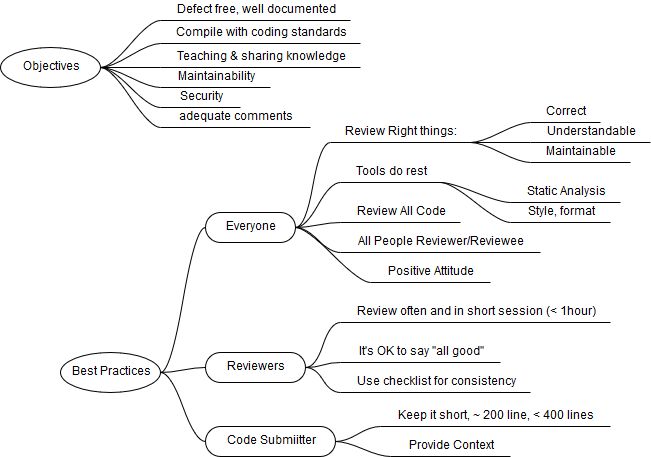
Before: coder/images/codereview.png, a diagram exported from draw.io (kevin-wang-cy/ibala). Source tidied: cells renumbered, new cells last; positions are measured from the earlier drawing's top-left corner, leaving out a move shared by most shapes.
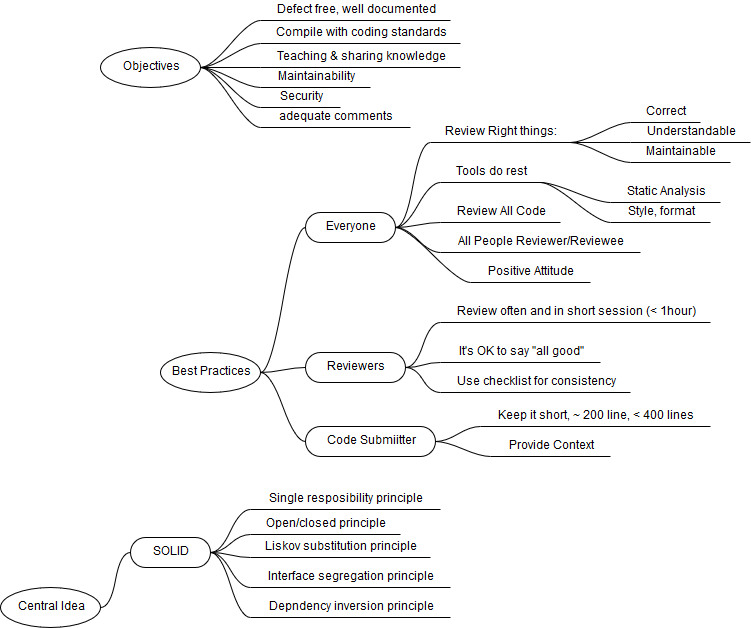
After the commit.

What changed in the source:
```diff
@@ -152,5 +152,44 @@
     <mxCell id="51" style="edgeStyle=entityRelationEdgeStyle;startArrow=none;endArrow=none;segment=10;curved=1;exitX=1;exitY=0.5;" parent="1" edge="1" source="39" target="50">
       <mxGeometry relative="1" as="geometry" />
     </mxCell>
+    <mxCell id="52" value="Central Idea" style="ellipse;whiteSpace=wrap;html=1;align=center;" parent="1" vertex="1">
+      <mxGeometry x="-100" y="587" width="100" height="40" as="geometry" />
+    </mxCell>
+    <mxCell id="53" value="SOLID" style="whiteSpace=wrap;html=1;rounded=1;arcSize=50;align=center;verticalAlign=middle;strokeWidth=1;spacing=4;" parent="1" vertex="1">
+      <mxGeometry x="30" y="537" width="80" height="30" as="geometry" />
+    </mxCell>
+    <mxCell id="54" style="edgeStyle=entityRelationEdgeStyle;startArrow=none;endArrow=none;segment=10;curved=1;exitX=1;exitY=0.5;" parent="1" edge="1" source="52" target="53">
+      <mxGeometry relative="1" as="geometry" />
+    </mxCell>
+    <mxCell id="55" value="Single resposibility principle" style="whiteSpace=wrap;html=1;shape=partialRectangle;top=0;left=0;bottom=1;right=0;points=[[0,1],[1,1]];strokeColor=#000000;fillColor=none;align=center;verticalAlign=bottom;routingCenterY=0.5;snapToPoint=1;" parent="1" vertex="1">
+      <mxGeometry x="150" y="489" width="190" height="20" as="geometry" />
+    </mxCell>
+    <mxCell id="56" style="edgeStyle=entityRelationEdgeStyle;startArrow=none;endArrow=none;segment=10;curved=1;exitX=1;exitY=0.5;" parent="1" edge="1" source="53" target="55">
+      <mxGeometry relative="1" as="geometry" />
+    </mxCell>
+    <mxCell id="57" value="Open/closed principle" style="whiteSpace=wrap;html=1;shape=partialRectangle;top=0;left=0;bottom=1;right=0;points=[[0,1],[1,1]];strokeColor=#000000;fillColor=none;align=center;verticalAlign=bottom;routingCenterY=0.5;snapToPoint=1;" parent="1" vertex="1">
+      <mxGeometry x="150" y="514" width="150" height="20" as="geometry" />
+    </mxCell>
+    <mxCell id="58" style="edgeStyle=entityRelationEdgeStyle;startArrow=none;endArrow=none;segment=10;curved=1;exitX=1;exitY=0.5;" parent="1" edge="1" source="53" target="57">
+      <mxGeometry relative="1" as="geometry" />
+    </mxCell>
+    <mxCell id="59" value="Liskov substitution principle" style="whiteSpace=wrap;html=1;shape=partialRectangle;top=0;left=0;bottom=1;right=0;points=[[0,1],[1,1]];strokeColor=#000000;fillColor=none;align=center;verticalAlign=bottom;routingCenterY=0.5;snapToPoint=1;" parent="1" vertex="1">
+      <mxGeometry x="150" y="537" width="180" height="20" as="geometry" />
+    </mxCell>
+    <mxCell id="60" style="edgeStyle=entityRelationEdgeStyle;startArrow=none;endArrow=none;segment=10;curved=1;exitX=1;exitY=0.5;" parent="1" edge="1" source="53" target="59">
+      <mxGeometry relative="1" as="geometry" />
+    </mxCell>
+    <mxCell id="61" value="Interface segregation principle" style="whiteSpace=wrap;html=1;shape=partialRectangle;top=0;left=0;bottom=1;right=0;points=[[0,1],[1,1]];strokeColor=#000000;fillColor=none;align=center;verticalAlign=bottom;routingCenterY=0.5;snapToPoint=1;" parent="1" vertex="1">
+      <mxGeometry x="150" y="567" width="200" height="20" as="geometry" />
+    </mxCell>
+    <mxCell id="62" style="edgeStyle=entityRelationEdgeStyle;startArrow=none;endArrow=none;segment=10;curved=1;exitX=1;exitY=0.5;" parent="1" edge="1" source="53" target="61">
+      <mxGeometry relative="1" as="geometry" />
+    </mxCell>
+    <mxCell id="63" value="Depndency inversion principle" style="whiteSpace=wrap;html=1;shape=partialRectangle;top=0;left=0;bottom=1;right=0;points=[[0,1],[1,1]];strokeColor=#000000;fillColor=none;align=center;verticalAlign=bottom;routingCenterY=0.5;snapToPoint=1;" parent="1" vertex="1">
+      <mxGeometry x="150" y="597" width="200" height="20" as="geometry" />
+    </mxCell>
+    <mxCell id="64" style="edgeStyle=entityRelationEdgeStyle;startArrow=none;endArrow=none;segment=10;curved=1;exitX=1;exitY=0.5;" parent="1" edge="1" source="53" target="63">
+      <mxGeometry relative="1" as="geometry" />
+    </mxCell>
   </root>
 </mxGraphModel>
```
